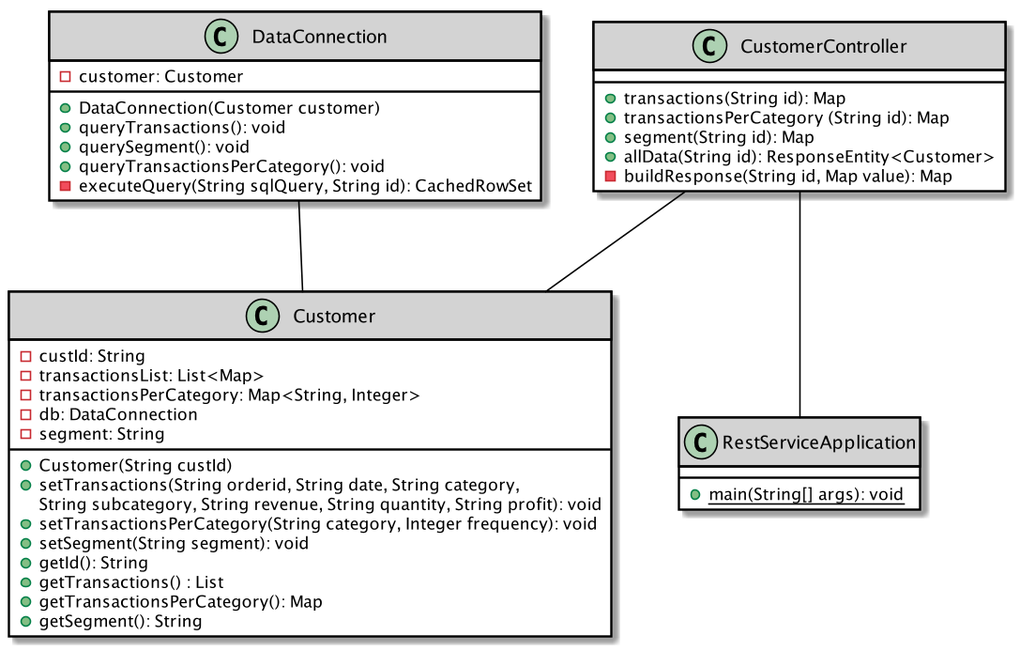
This is customer.png from steffenkk/CustomerRestService, a PlantUML export, as it was before one commit. Its diagram source:
```plantuml
@startuml

skinparam backgroundColor white
skinparam ClassBackgroundColor white
skinparam ClassBorderColor Black
skinparam ClassHeaderBackgroundColor LightGrey
skinparam ArrowColor black

class Customer {
    - custId: String
    - transactionsList: List<Map>
    - transactionsPerCategory: Map<String, Integer>
    - db: DataConnection
    - segment: String

    + Customer(String custId)
    + setTransactions(String orderid, String date, String category,
    String subcategory, String revenue, String quantity, String profit): void
    + setTransactionsPerCategory(String category, Integer frequency): void
    + setSegment(String segment): void
    + getId(): String
    + getTransactions() : List
    + getTransactionsPerCategory(): Map
    + getSegment(): String
}

class DataConnection {
    -  customer: Customer

    + DataConnection(Customer customer)
    + queryTransactions(): void
    + querySegment(): void
    + queryTransactionsPerCategory(): void
    - executeQuery(String sqlQuery, String id): CachedRowSet

}

class CustomerController {

    + transactions(String id): Map
    + transactionsPerCategory (String id): Map
    + segment(String id): Map
    + allData(String id): ResponseEntity<Customer>
    - buildResponse(String id, Map value): Map
}

class RestServiceApplication {
    {static} + main(String[] args): void
}

CustomerController -- Customer
DataConnection -- Customer
CustomerController -- RestServiceApplication
@enduml
```
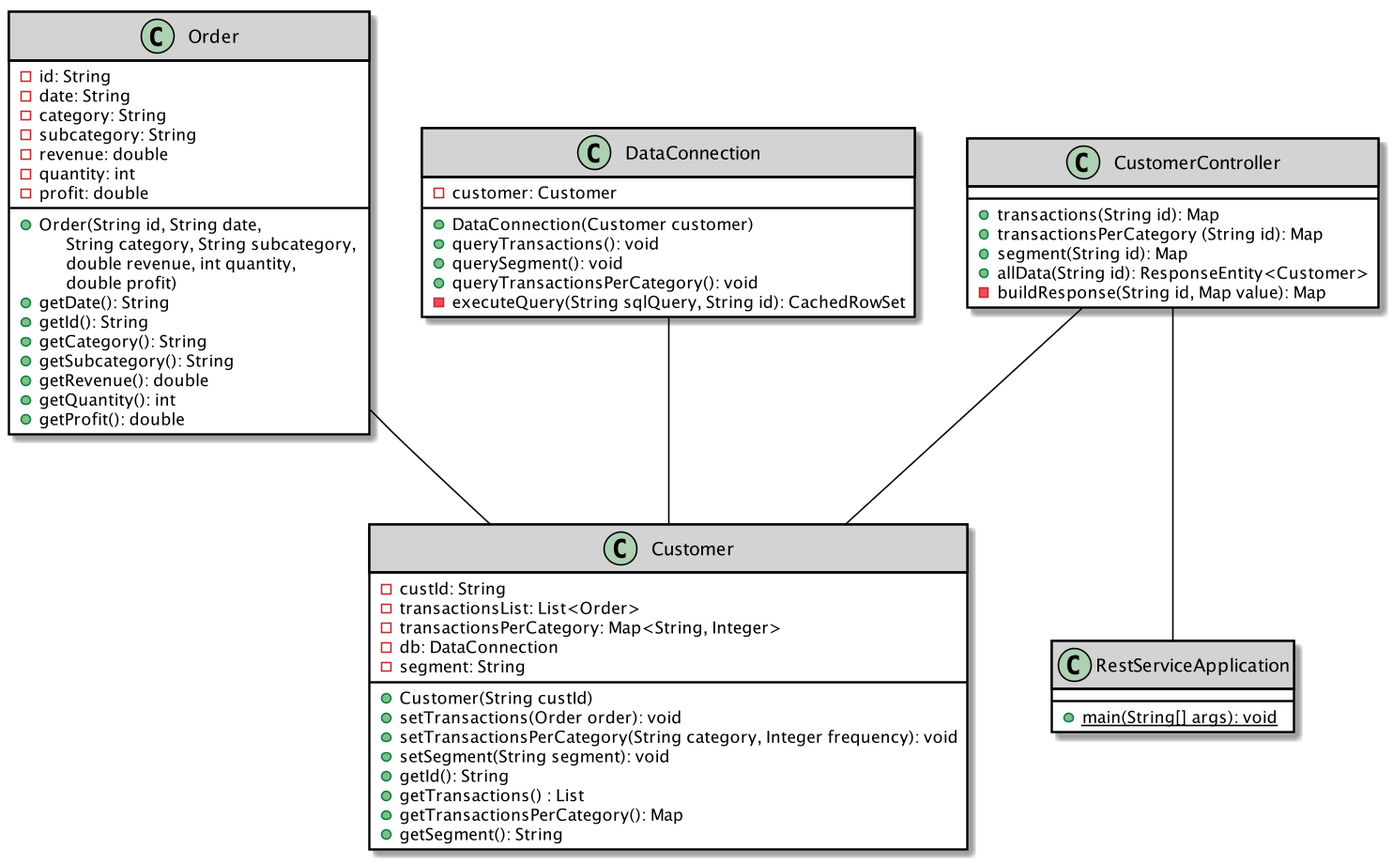
Later version of the same file.

Commit message:
[dev] add order class and adjust uml

Change to the diagram source:
```diff
@@ -8,20 +8,38 @@
 
 class Customer {
     - custId: String
-    - transactionsList: List<Map>
+    - transactionsList: List<Order>
     - transactionsPerCategory: Map<String, Integer>
     - db: DataConnection
     - segment: String
 
     + Customer(String custId)
-    + setTransactions(String orderid, String date, String category,
-    String subcategory, String revenue, String quantity, String profit): void
+    + setTransactions(Order order): void
     + setTransactionsPerCategory(String category, Integer frequency): void
     + setSegment(String segment): void
     + getId(): String
     + getTransactions() : List
     + getTransactionsPerCategory(): Map
     + getSegment(): String
+}
+
+class Order{
+    -  id: String
+    -  date: String
+    -  category: String
+    -  subcategory: String
+    -  revenue: double
+    -  quantity: int
+    -  profit: double
+
+    + Order(String id, String date,\n      String category, String subcategory, \n      double revenue, int quantity, \n      double profit)
+    +  getDate(): String
+    +  getId(): String
+    +  getCategory(): String
+    +  getSubcategory(): String
+    +  getRevenue(): double
+    +  getQuantity(): int
+    +  getProfit(): double
 }
 
 class DataConnection {
@@ -50,5 +68,6 @@
 
 CustomerController -- Customer
 DataConnection -- Customer
+Order -- Customer
 CustomerController -- RestServiceApplication
 @enduml
```
